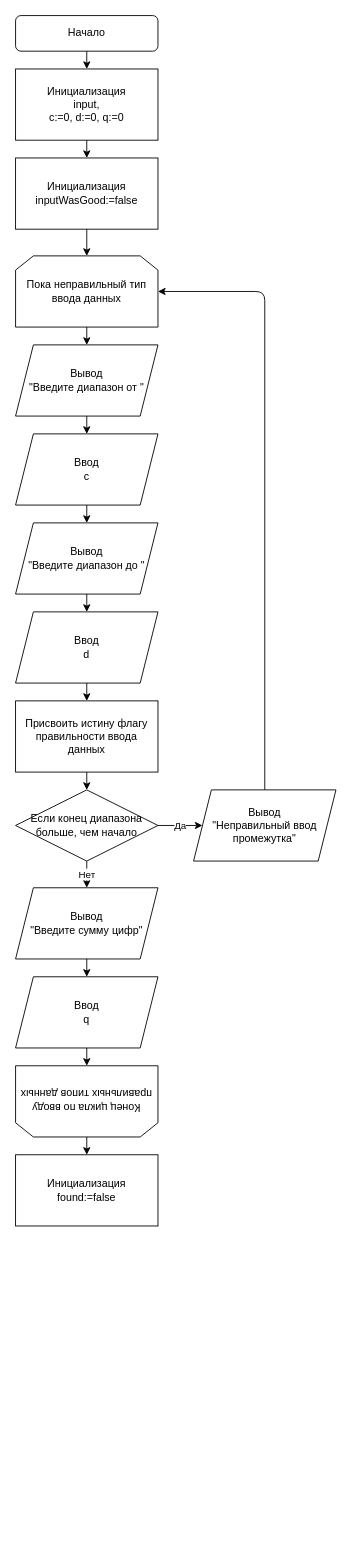
The draw.io diagram Untitled Diagram.drawio in Bagdasaryan/Bagdasaryan, before the edit. Source tidied: cells renumbered, new cells numbered last; positions are measured from the earlier drawing's top-left corner, leaving out a move shared by most shapes. Both pictures are drawn from the tidied source at 89%, with x=0, y=0 at pixel (15, 15).
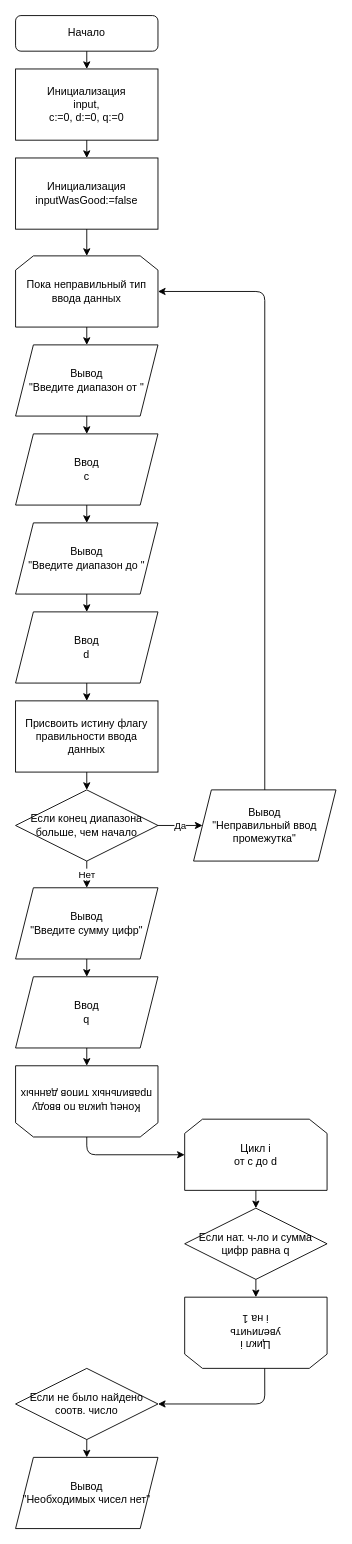
The same page after the edit.

The change refers to these unchanged cells:
```xml
<mxCell id="28" value="Конец цикла по вводу правильных типов данных" style="shape=loopLimit;whiteSpace=wrap;html=1;rotation=-180;" parent="1" vertex="1">
  <mxGeometry y="1180" width="160" height="80" as="geometry" />
</mxCell>
```

The edit, as a diff of the source:
```diff
@@
-    <mxCell id="30" value="Инициализация&lt;br&gt;found:=false" style="rounded=0;whiteSpace=wrap;html=1;" parent="1" vertex="1">
-      <mxGeometry y="1280" width="160" height="80" as="geometry" />
-    </mxCell>
-    <mxCell id="31" style="endArrow=classic;html=1;exitX=0.5;exitY=0;exitDx=0;exitDy=0;entryX=0.5;entryY=0;entryDx=0;entryDy=0;" parent="1" edge="1" source="28" target="30">
-      <mxGeometry relative="1" as="geometry" />
+    <mxCell id="31" style="endArrow=classic;html=1;exitX=0.5;exitY=0;exitDx=0;exitDy=0;entryX=0;entryY=0.5;entryDx=0;entryDy=0;" parent="1" edge="1" source="28" target="32">
+      <mxGeometry relative="1" as="geometry">
+        <Array as="points">
+          <mxPoint x="80" y="1280" />
+        </Array>
+      </mxGeometry>
     </mxCell>
+    <mxCell id="32" value="Цикл i&lt;br&gt;от c до d" style="shape=loopLimit;whiteSpace=wrap;html=1;" parent="1" vertex="1">
+      <mxGeometry x="190" y="1240" width="160" height="80" as="geometry" />
+    </mxCell>
+    <mxCell id="33" style="endArrow=classic;html=1;exitX=0.5;exitY=1;exitDx=0;exitDy=0;entryX=0.5;entryY=0;entryDx=0;entryDy=0;" parent="1" edge="1" source="32" target="34">
+      <mxGeometry relative="1" as="geometry" />
+    </mxCell>
+    <mxCell id="34" value="Если нат. ч-ло и сумма цифр равна q" style="rhombus;whiteSpace=wrap;html=1;" parent="1" vertex="1">
+      <mxGeometry x="190" y="1340" width="160" height="80" as="geometry" />
+    </mxCell>
+    <mxCell id="35" style="endArrow=classic;html=1;exitX=0.5;exitY=1;exitDx=0;exitDy=0;entryX=0.5;entryY=1;entryDx=0;entryDy=0;" parent="1" edge="1" source="34" target="36">
+      <mxGeometry relative="1" as="geometry" />
+    </mxCell>
+    <mxCell id="36" value="Цикл i&lt;br&gt;увеличить &lt;br&gt;i на 1" style="shape=loopLimit;whiteSpace=wrap;html=1;rotation=-180;" parent="1" vertex="1">
+      <mxGeometry x="190" y="1440" width="160" height="80" as="geometry" />
+    </mxCell>
+    <mxCell id="37" value="Если не было найдено соотв. число" style="rhombus;whiteSpace=wrap;html=1;" parent="1" vertex="1">
+      <mxGeometry y="1520" width="160" height="80" as="geometry" />
+    </mxCell>
+    <mxCell id="38" style="endArrow=classic;html=1;exitX=0.438;exitY=0;exitDx=0;exitDy=0;exitPerimeter=0;entryX=1;entryY=0.5;entryDx=0;entryDy=0;" parent="1" edge="1" source="36" target="37">
+      <mxGeometry relative="1" as="geometry">
+        <Array as="points">
+          <mxPoint x="280" y="1560" />
+        </Array>
+      </mxGeometry>
+    </mxCell>
+    <mxCell id="39" value="Вывод&lt;br&gt;&quot;Необходимых чисел нет&quot;" style="shape=parallelogram;perimeter=parallelogramPerimeter;whiteSpace=wrap;html=1;fixedSize=1;" parent="1" vertex="1">
+      <mxGeometry y="1620" width="160" height="80" as="geometry" />
+    </mxCell>
+    <mxCell id="40" style="endArrow=classic;html=1;exitX=0.5;exitY=1;exitDx=0;exitDy=0;entryX=0.5;entryY=0;entryDx=0;entryDy=0;" parent="1" edge="1" source="37" target="39">
+      <mxGeometry relative="1" as="geometry" />
+    </mxCell>
```
